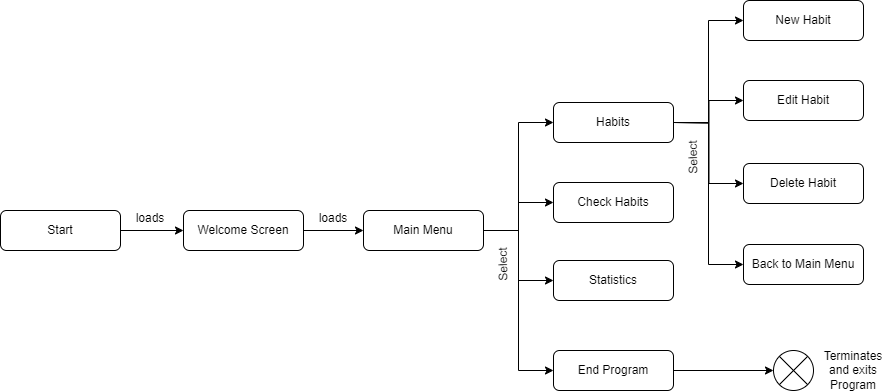
Above: diagrams/userflow.png in CosmicWhiskers/habit-tracker (draw.io), before the change. Source tidied: cells renumbered, new cells last; positions are measured from the earlier drawing's top-left corner, leaving out a move shared by most shapes.
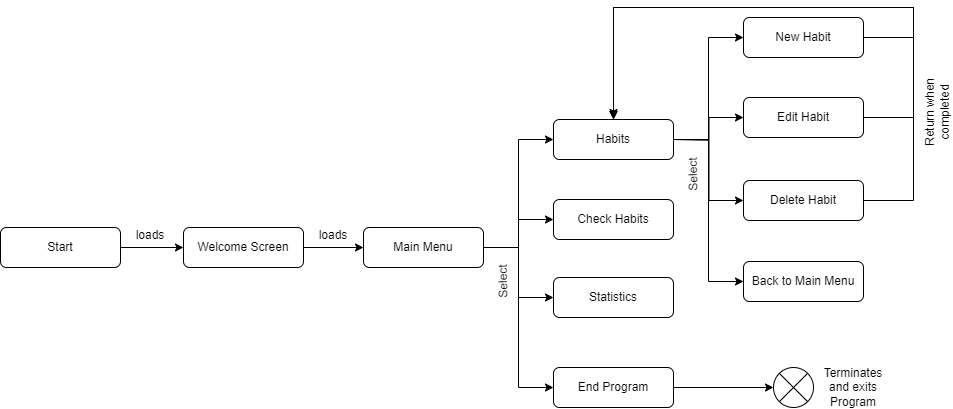
The same file after the commit.

Commit message:
- changed userflow diagram

Change to the diagram source:
```diff
@@ -57,12 +57,40 @@
         <mxPoint x="673" y="122" as="sourcePoint" />
       </mxGeometry>
     </mxCell>
+    <mxCell id="30" style="edgeStyle=orthogonalEdgeStyle;rounded=0;jettySize=auto;html=1;entryX=0.5;entryY=0;entryDx=0;entryDy=0;" parent="1" edge="1" source="19" target="15">
+      <mxGeometry relative="1" as="geometry">
+        <Array as="points">
+          <mxPoint x="913" y="183" />
+          <mxPoint x="913" y="-10" />
+          <mxPoint x="613" y="-10" />
+        </Array>
+      </mxGeometry>
+    </mxCell>
     <mxCell id="19" value="Delete Habit" style="rounded=1;whiteSpace=wrap;html=1;fontSize=12;glass=0;strokeWidth=1;shadow=0;" parent="1" vertex="1">
       <mxGeometry x="743" y="163" width="120" height="40" as="geometry" />
     </mxCell>
+    <mxCell id="31" style="edgeStyle=orthogonalEdgeStyle;rounded=0;jettySize=auto;html=1;exitX=1;exitY=0.5;exitDx=0;exitDy=0;" parent="1" edge="1" source="20">
+      <mxGeometry relative="1" as="geometry">
+        <mxPoint x="613" y="100" as="targetPoint" />
+        <Array as="points">
+          <mxPoint x="913" y="100" />
+          <mxPoint x="913" y="-10" />
+          <mxPoint x="613" y="-10" />
+        </Array>
+      </mxGeometry>
+    </mxCell>
     <mxCell id="20" value="Edit Habit" style="rounded=1;whiteSpace=wrap;html=1;fontSize=12;glass=0;strokeWidth=1;shadow=0;" parent="1" vertex="1">
       <mxGeometry x="743" y="80" width="120" height="40" as="geometry" />
     </mxCell>
+    <mxCell id="32" style="edgeStyle=orthogonalEdgeStyle;rounded=0;jettySize=auto;html=1;exitX=1;exitY=0.5;exitDx=0;exitDy=0;entryX=0.5;entryY=0;entryDx=0;entryDy=0;" parent="1" edge="1" source="21" target="15">
+      <mxGeometry relative="1" as="geometry">
+        <Array as="points">
+          <mxPoint x="913" y="20" />
+          <mxPoint x="913" y="-10" />
+          <mxPoint x="613" y="-10" />
+        </Array>
+      </mxGeometry>
+    </mxCell>
     <mxCell id="21" value="New Habit" style="rounded=1;whiteSpace=wrap;html=1;fontSize=12;glass=0;strokeWidth=1;shadow=0;" parent="1" vertex="1">
       <mxGeometry x="743" width="120" height="40" as="geometry" />
     </mxCell>
@@ -90,5 +118,8 @@
     <mxCell id="29" value="Terminates and exits Program" style="text;strokeColor=none;align=center;fillColor=none;html=1;verticalAlign=middle;whiteSpace=wrap;rounded=0;" parent="1" vertex="1">
       <mxGeometry x="823" y="355" width="60" height="30" as="geometry" />
     </mxCell>
+    <mxCell id="33" value="Return when completed" style="text;strokeColor=none;align=center;fillColor=none;html=1;verticalAlign=middle;whiteSpace=wrap;rounded=0;rotation=-90;" parent="1" vertex="1">
+      <mxGeometry x="887" y="80" width="100" height="30" as="geometry" />
+    </mxCell>
   </root>
 </mxGraphModel>
```
